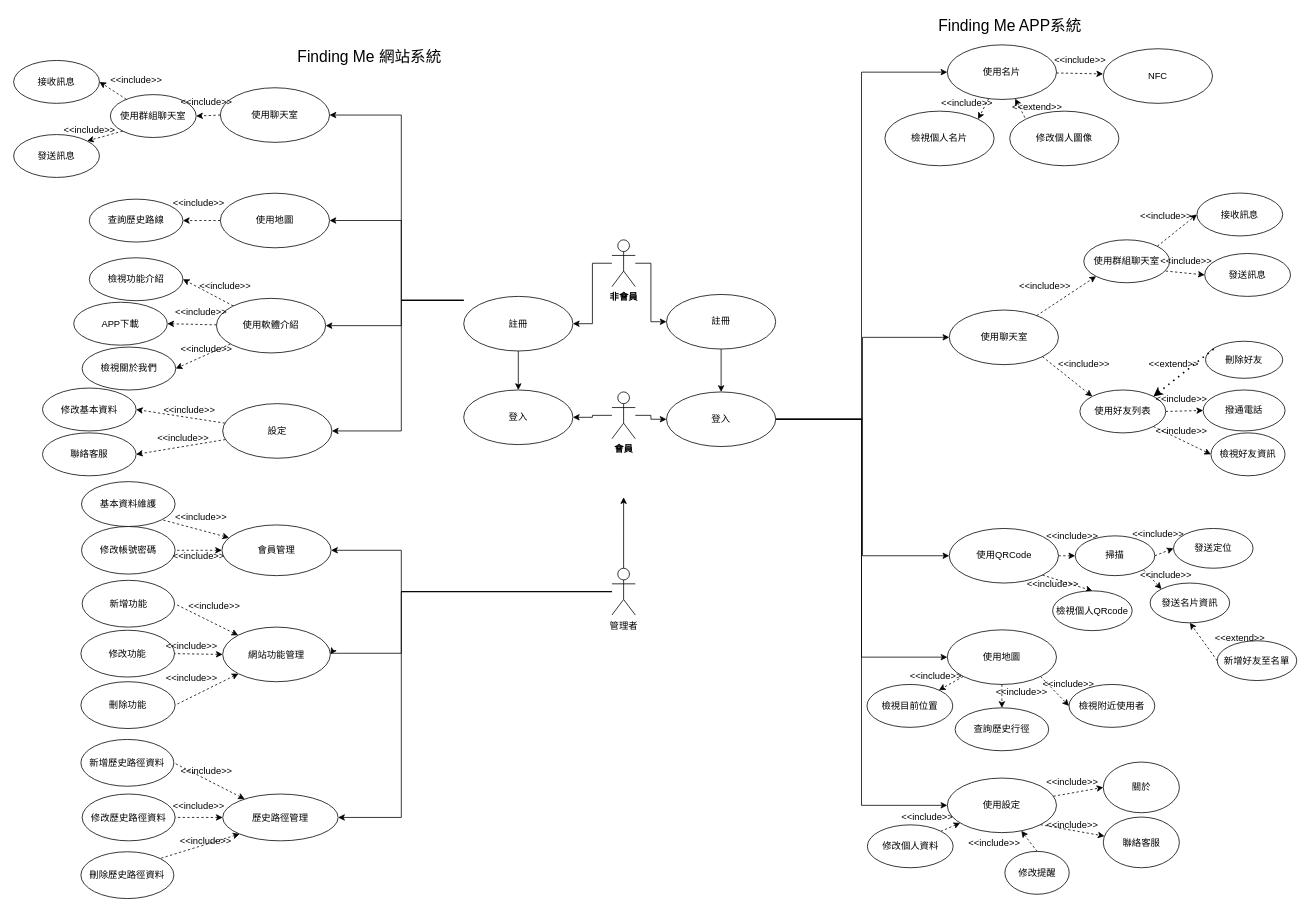
may900620/codepanimg keeps this draw.io diagram as page "使用個案圖" (1 of 3) of Untitled Diagram.drawio. Above is the earlier version. Source tidied: cells renumbered, new cells numbered last; positions are measured from the earlier drawing's top-left corner, leaving out a move shared by most shapes. Both pictures are drawn from the tidied source at 78%, with x=0, y=0 at pixel (13, 13).
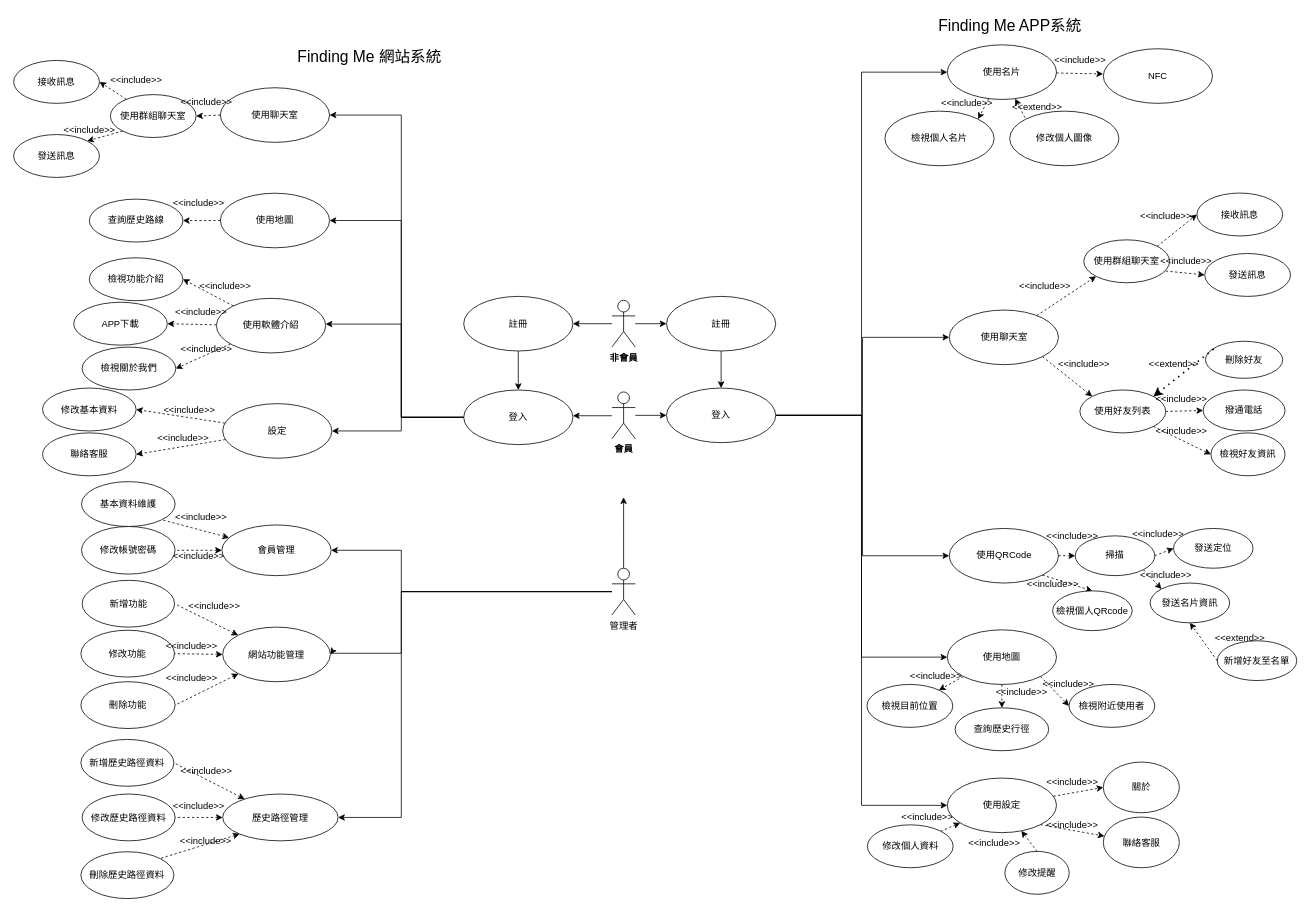
The same page after the edit.

Unchanged cells that the change refers to:
```xml
<mxCell id="70" value="&lt;div&gt;&lt;strong&gt;會員&lt;/strong&gt;&lt;/div&gt;&lt;div&gt;&lt;strong&gt;&lt;/strong&gt;&lt;/div&gt;" style="shape=umlActor;verticalLabelPosition=bottom;verticalAlign=top;html=1;fillColor=default;strokeColor=default;fontColor=default;" parent="1" vertex="1">
  <mxGeometry x="767" y="485" width="30" height="60" as="geometry" />
</mxCell>
<mxCell id="76" value="設定" style="ellipse;whiteSpace=wrap;html=1;fillColor=default;strokeColor=default;fontColor=default;" parent="1" vertex="1">
  <mxGeometry x="268" y="500" width="140" height="70" as="geometry" />
</mxCell>
<mxCell id="80" value="登入" style="ellipse;whiteSpace=wrap;html=1;fillColor=default;strokeColor=default;fontColor=default;" parent="1" vertex="1">
  <mxGeometry x="577" y="482.5" width="140" height="70" as="geometry" />
</mxCell>
<mxCell id="127" value="使用聊天室" style="ellipse;whiteSpace=wrap;html=1;fillColor=default;strokeColor=default;fontColor=default;" parent="1" vertex="1">
  <mxGeometry x="265" y="95" width="140" height="70" as="geometry" />
</mxCell>
<mxCell id="136" value="&lt;div&gt;使用地圖&lt;/div&gt;" style="ellipse;whiteSpace=wrap;html=1;fillColor=default;strokeColor=default;fontColor=default;" parent="1" vertex="1">
  <mxGeometry x="265" y="230.2" width="140" height="70" as="geometry" />
</mxCell>
<mxCell id="142" value="使用軟體介紹" style="ellipse;whiteSpace=wrap;html=1;fillColor=default;strokeColor=default;fontColor=default;" parent="1" vertex="1">
  <mxGeometry x="260" y="365" width="140" height="70" as="geometry" />
</mxCell>
```

Change to the diagram source:
```diff
@@
     <mxCell id="2" value="註冊" style="ellipse;whiteSpace=wrap;html=1;fillColor=default;strokeColor=default;fontColor=default;" parent="1" vertex="1">
-      <mxGeometry x="837" y="360" width="140" height="70" as="geometry" />
+      <mxGeometry x="837" y="362.5" width="140" height="70" as="geometry" />
     </mxCell>
@@
     <mxCell id="8" value="登入" style="ellipse;whiteSpace=wrap;html=1;fillColor=default;strokeColor=default;fontColor=default;" parent="1" vertex="1">
-      <mxGeometry x="837" y="485" width="140" height="70" as="geometry" />
+      <mxGeometry x="837" y="480" width="140" height="70" as="geometry" />
     </mxCell>
@@
     <mxCell id="67" value="&lt;div&gt;&lt;strong&gt;非會員&lt;/strong&gt;&lt;/div&gt;&lt;div&gt;&lt;strong&gt;&lt;/strong&gt;&lt;/div&gt;" style="shape=umlActor;verticalLabelPosition=bottom;verticalAlign=top;html=1;fillColor=default;strokeColor=default;fontColor=default;" parent="1" vertex="1">
-      <mxGeometry x="767" y="290" width="30" height="60" as="geometry" />
+      <mxGeometry x="767" y="367.5" width="30" height="60" as="geometry" />
     </mxCell>
-    <mxCell id="68" style="edgeStyle=orthogonalEdgeStyle;rounded=0;jettySize=auto;html=1;entryX=1;entryY=0.5;entryDx=0;entryDy=0;startArrow=none;startFill=0;endArrow=classic;endFill=1;" parent="1" edge="1" source="70" target="80">
-      <mxGeometry relative="1" as="geometry" />
+    <mxCell id="68" style="edgeStyle=orthogonalEdgeStyle;rounded=0;orthogonalLoop=1;jettySize=auto;html=1;entryX=1;entryY=0.5;entryDx=0;entryDy=0;startArrow=none;startFill=0;endArrow=classic;endFill=1;" parent="1" edge="1">
+      <mxGeometry relative="1" as="geometry">
+        <mxPoint x="767" y="515.5" as="sourcePoint" />
+        <mxPoint x="717" y="515.5" as="targetPoint" />
+        <Array as="points">
+          <mxPoint x="742" y="516" />
+        </Array>
+      </mxGeometry>
     </mxCell>
     <mxCell id="69" style="edgeStyle=orthogonalEdgeStyle;rounded=0;jettySize=auto;html=1;entryX=0;entryY=0.5;entryDx=0;entryDy=0;startArrow=none;startFill=0;endArrow=classic;endFill=1;" parent="1" edge="1" source="70" target="8">
-      <mxGeometry relative="1" as="geometry" />
+      <mxGeometry relative="1" as="geometry">
+        <Array as="points">
+          <mxPoint x="827" y="515" />
+          <mxPoint x="827" y="515" />
+        </Array>
+      </mxGeometry>
     </mxCell>
@@
-    <mxCell id="78" style="edgeStyle=orthogonalEdgeStyle;rounded=0;jettySize=auto;html=1;entryX=1;entryY=0.5;entryDx=0;entryDy=0;startArrow=none;startFill=0;endArrow=classic;endFill=1;exitX=0;exitY=0.5;exitDx=0;exitDy=0;" parent="1" edge="1" target="142">
+    <mxCell id="78" style="edgeStyle=orthogonalEdgeStyle;rounded=0;jettySize=auto;html=1;entryX=1;entryY=0.5;entryDx=0;entryDy=0;startArrow=none;startFill=0;endArrow=classic;endFill=1;exitX=0;exitY=0.5;exitDx=0;exitDy=0;" parent="1" edge="1" source="80">
       <mxGeometry relative="1" as="geometry">
-        <mxPoint x="577" y="367.5" as="sourcePoint" />
+        <mxPoint x="400" y="398" as="targetPoint" />
         <Array as="points">
-          <mxPoint x="497" y="368" />
-          <mxPoint x="497" y="400" />
+          <mxPoint x="497" y="517" />
+          <mxPoint x="497" y="398" />
         </Array>
       </mxGeometry>
     </mxCell>
-    <mxCell id="79" style="edgeStyle=orthogonalEdgeStyle;rounded=0;jettySize=auto;html=1;entryX=1;entryY=0.5;entryDx=0;entryDy=0;startArrow=none;startFill=0;endArrow=classic;endFill=1;" parent="1" edge="1" target="136">
+    <mxCell id="79" style="edgeStyle=orthogonalEdgeStyle;rounded=0;jettySize=auto;html=1;entryX=1;entryY=0.5;entryDx=0;entryDy=0;startArrow=none;startFill=0;endArrow=classic;endFill=1;exitX=0;exitY=0.5;exitDx=0;exitDy=0;" parent="1" edge="1" source="80" target="136">
       <mxGeometry relative="1" as="geometry">
-        <mxPoint x="577" y="367.6" as="sourcePoint" />
         <Array as="points">
-          <mxPoint x="497" y="368" />
+          <mxPoint x="497" y="517" />
           <mxPoint x="497" y="265" />
         </Array>
       </mxGeometry>
     </mxCell>
@@
-    <mxCell id="83" style="endArrow=classic;html=1;rounded=0;fontSize=20;exitX=0;exitY=0.5;exitDx=0;exitDy=0;entryX=1;entryY=0.5;entryDx=0;entryDy=0;edgeStyle=orthogonalEdgeStyle;" parent="1" edge="1" target="127">
+    <mxCell id="83" style="endArrow=classic;html=1;rounded=0;fontSize=20;exitX=0;exitY=0.5;exitDx=0;exitDy=0;entryX=1;entryY=0.5;entryDx=0;entryDy=0;edgeStyle=orthogonalEdgeStyle;" parent="1" edge="1" source="80" target="127">
       <mxGeometry relative="1" as="geometry">
-        <mxPoint x="577" y="367.5" as="sourcePoint" />
         <Array as="points">
-          <mxPoint x="497" y="368" />
+          <mxPoint x="497" y="517" />
           <mxPoint x="497" y="130" />
         </Array>
       </mxGeometry>
     </mxCell>
-    <mxCell id="84" style="endArrow=classic;html=1;rounded=0;fontSize=20;exitX=0;exitY=0.5;exitDx=0;exitDy=0;entryX=1;entryY=0.5;entryDx=0;entryDy=0;edgeStyle=orthogonalEdgeStyle;" parent="1" edge="1" target="76">
+    <mxCell id="84" style="endArrow=classic;html=1;rounded=0;fontSize=20;exitX=0;exitY=0.5;exitDx=0;exitDy=0;entryX=1;entryY=0.5;entryDx=0;entryDy=0;edgeStyle=orthogonalEdgeStyle;" parent="1" edge="1" source="80" target="76">
       <mxGeometry relative="1" as="geometry">
-        <mxPoint x="577" y="367.5" as="sourcePoint" />
         <Array as="points">
-          <mxPoint x="497" y="367" />
+          <mxPoint x="497" y="517" />
           <mxPoint x="497" y="535" />
         </Array>
       </mxGeometry>
     </mxCell>
```
